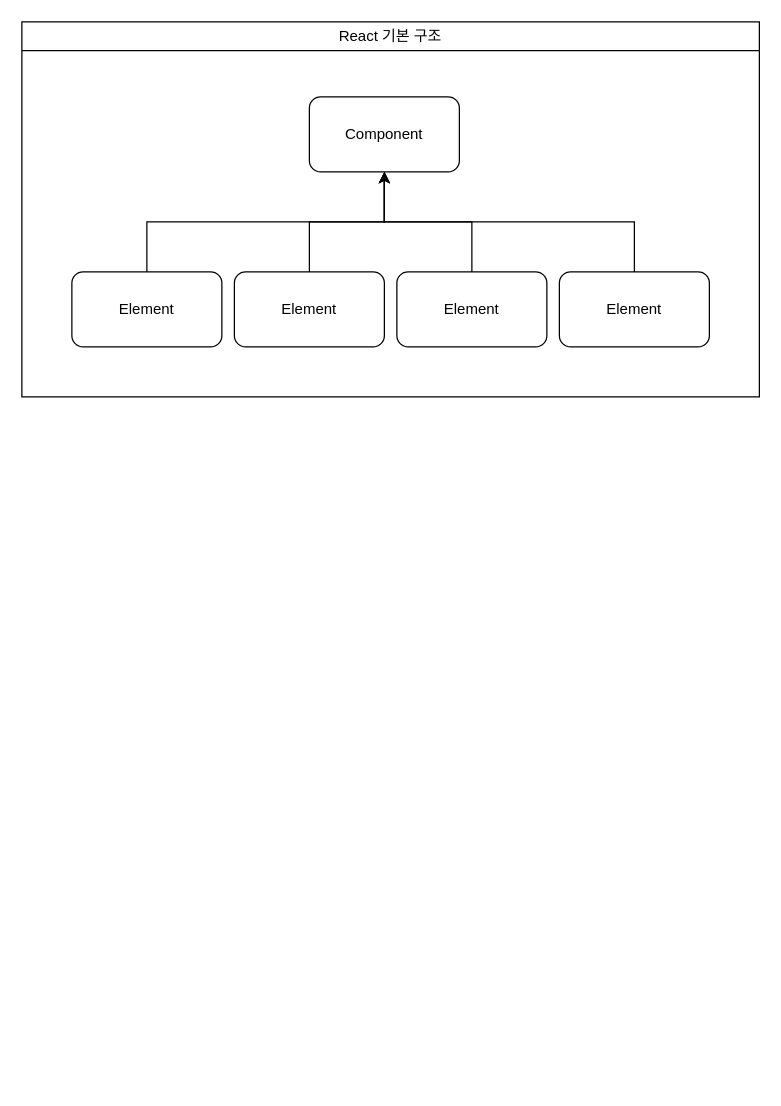
The draw.io diagram 01.개인공부/React 공부.drawio in CodingGamePlayer/CodingGamePlayer, before the edit. Source tidied: cells renumbered, new cells numbered last; positions are measured from the earlier drawing's top-left corner, leaving out a move shared by most shapes. Both pictures are drawn from the tidied source at 125%, with x=0, y=0 at pixel (21, 21).
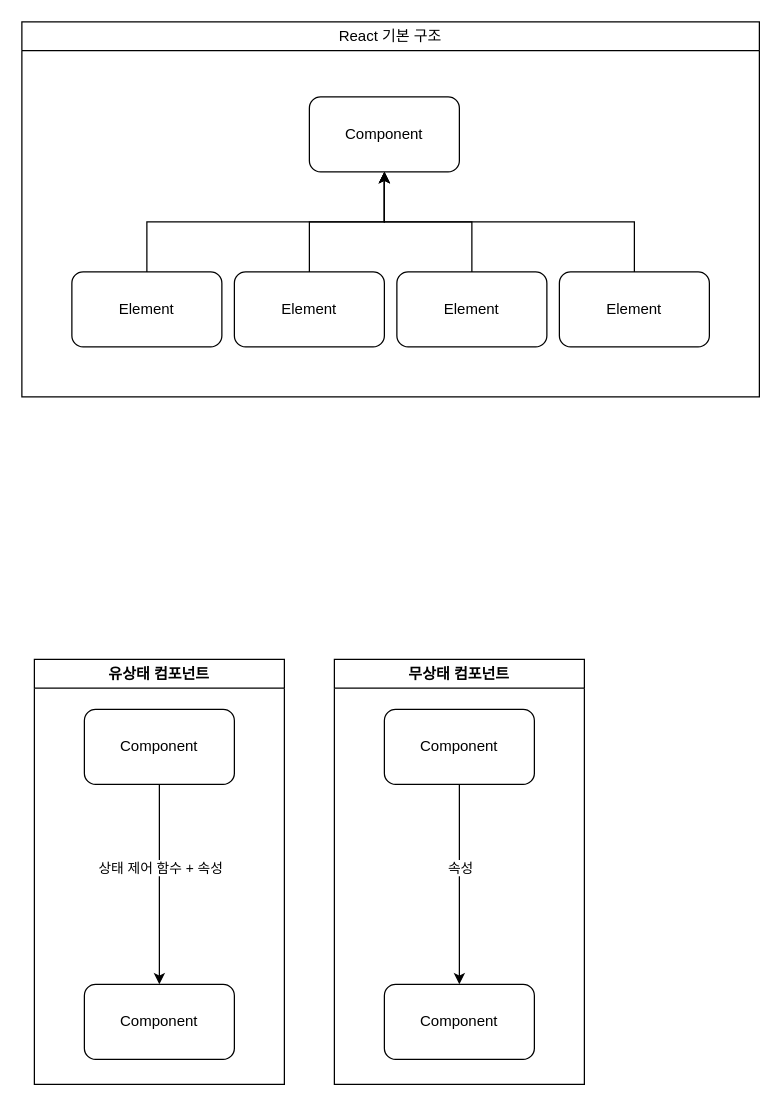
Above is the later version.

Commit message (it also covers changes not shown here):
React 공부.drawio 업데이트

Change to the diagram source:
```diff
@@
+    <mxCell id="12" style="edgeStyle=orthogonalEdgeStyle;rounded=0;jettySize=auto;html=1;" parent="1" edge="1" source="14" target="15">
+      <mxGeometry relative="1" as="geometry">
+        <Array as="points">
+          <mxPoint x="110" y="750" />
+          <mxPoint x="110" y="750" />
+        </Array>
+      </mxGeometry>
+    </mxCell>
+    <mxCell id="13" value="상태 제어 함수 + 속성" style="edgeLabel;html=1;align=center;verticalAlign=middle;" parent="12" vertex="1">
+      <mxGeometry x="-0.01" y="-3" relative="1" as="geometry">
+        <mxPoint x="3" y="-13" as="offset" />
+      </mxGeometry>
+    </mxCell>
+    <mxCell id="14" value="Component" style="rounded=1;whiteSpace=wrap;html=1;" parent="1" vertex="1">
+      <mxGeometry x="50" y="550" width="120" height="60" as="geometry" />
+    </mxCell>
+    <mxCell id="15" value="Component" style="rounded=1;whiteSpace=wrap;html=1;" parent="1" vertex="1">
+      <mxGeometry x="50" y="770" width="120" height="60" as="geometry" />
+    </mxCell>
+    <mxCell id="16" style="edgeStyle=orthogonalEdgeStyle;rounded=0;jettySize=auto;html=1;" parent="1" edge="1" source="18" target="19">
+      <mxGeometry relative="1" as="geometry">
+        <Array as="points">
+          <mxPoint x="350" y="750" />
+          <mxPoint x="350" y="750" />
+        </Array>
+      </mxGeometry>
+    </mxCell>
+    <mxCell id="17" value="속성" style="edgeLabel;html=1;align=center;verticalAlign=middle;" parent="16" vertex="1">
+      <mxGeometry x="-0.01" y="-3" relative="1" as="geometry">
+        <mxPoint x="3" y="-13" as="offset" />
+      </mxGeometry>
+    </mxCell>
+    <mxCell id="18" value="Component" style="rounded=1;whiteSpace=wrap;html=1;" parent="1" vertex="1">
+      <mxGeometry x="290" y="550" width="120" height="60" as="geometry" />
+    </mxCell>
+    <mxCell id="19" value="Component" style="rounded=1;whiteSpace=wrap;html=1;" parent="1" vertex="1">
+      <mxGeometry x="290" y="770" width="120" height="60" as="geometry" />
+    </mxCell>
+    <mxCell id="20" value="유상태 컴포넌트" style="swimlane;whiteSpace=wrap;html=1;" parent="1" vertex="1">
+      <mxGeometry x="10" y="510" width="200" height="340" as="geometry" />
+    </mxCell>
+    <mxCell id="21" value="무상태 컴포넌트" style="swimlane;whiteSpace=wrap;html=1;" parent="1" vertex="1">
+      <mxGeometry x="250" y="510" width="200" height="340" as="geometry" />
+    </mxCell>
```
